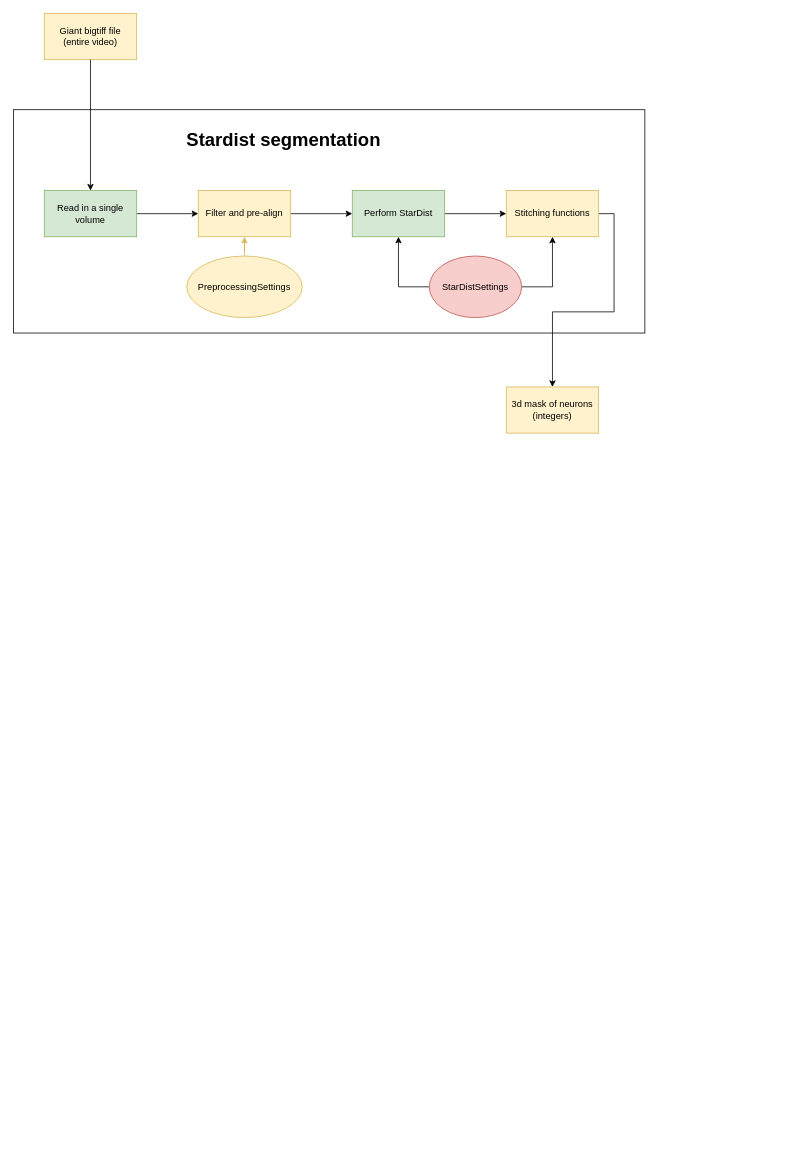
Above: page "Segmentation" (3 of 4) of docs/Lifecycle_of_data_WBFM.drawio in ch9nuk9/wbfm (draw.io), before the change. Source tidied: cells renumbered, new cells numbered last; positions are measured from the earlier drawing's top-left corner, leaving out a move shared by most shapes. Both pictures are drawn from the tidied source at 77%, with x=0, y=0 at pixel (13, 13).
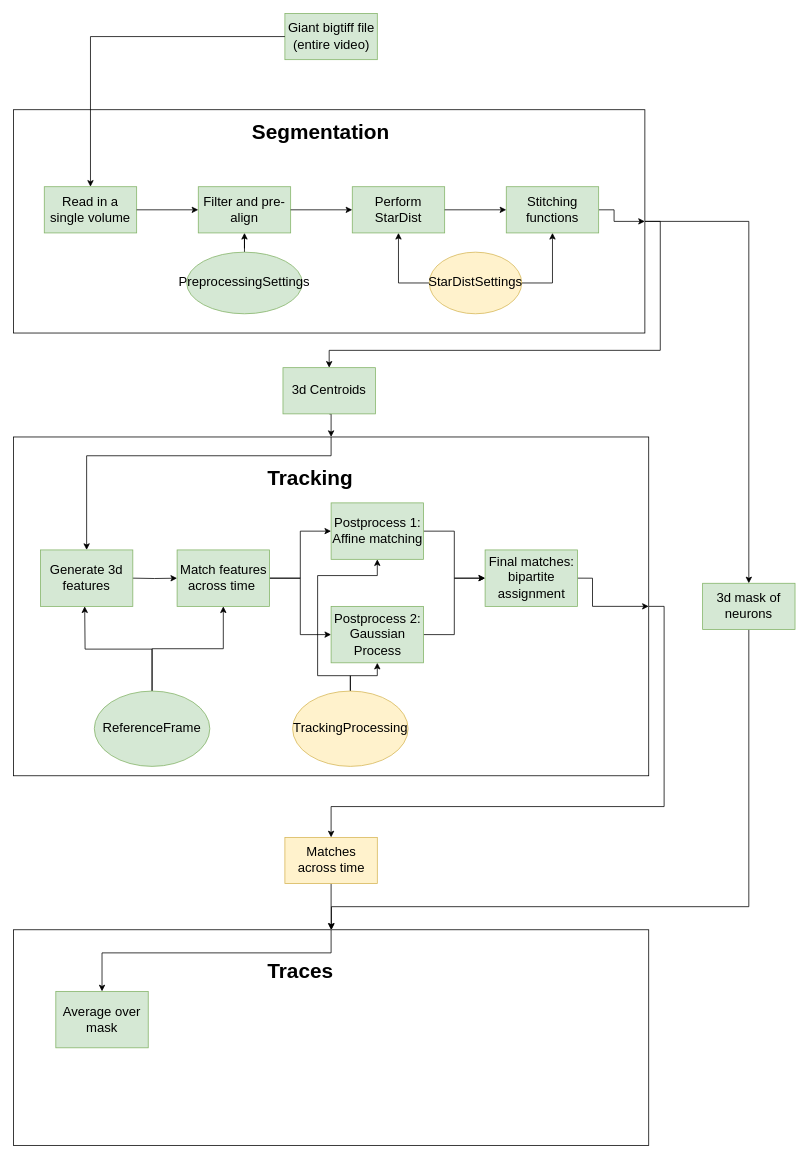
The same page after the edit.

Unchanged cells that the change refers to:
```xml
<mxCell id="2" style="rounded=0;whiteSpace=wrap;html=1;" parent="1" vertex="1">
  <mxGeometry y="125" width="820" height="290" as="geometry" />
</mxCell>
```

The edit, as a diff of the source:
```diff
@@
+    <mxCell id="20" style="edgeStyle=orthogonalEdgeStyle;rounded=0;jettySize=auto;html=1;exitX=1;exitY=0.5;exitDx=0;exitDy=0;strokeColor=#000000;fontSize=27;" parent="1" edge="1" source="2" target="19">
+      <mxGeometry relative="1" as="geometry" />
+    </mxCell>
+    <mxCell id="21" style="edgeStyle=orthogonalEdgeStyle;rounded=0;jettySize=auto;html=1;exitX=1;exitY=0.5;exitDx=0;exitDy=0;strokeColor=#000000;fontSize=27;" parent="1" edge="1" source="2" target="25">
+      <mxGeometry relative="1" as="geometry" />
+    </mxCell>
@@
-    <mxCell id="3" value="&lt;h1&gt;Stardist segmentation&lt;/h1&gt;" style="text;html=1;strokeColor=none;fillColor=none;spacing=5;spacingTop=-20;whiteSpace=wrap;overflow=hidden;rounded=0;" parent="1" vertex="1">
-      <mxGeometry x="220" y="145" width="280" height="40" as="geometry" />
+    <mxCell id="3" value="&lt;h1 style=&quot;font-size: 27px;&quot;&gt;Segmentation&lt;/h1&gt;" style="text;html=1;strokeColor=none;fillColor=none;spacing=5;spacingTop=-20;whiteSpace=wrap;overflow=hidden;rounded=0;fontSize=27;" parent="2" vertex="1">
+      <mxGeometry x="305" y="5" width="225" height="40" as="geometry" />
     </mxCell>
-    <mxCell id="4" value="Giant bigtiff file &lt;br&gt;(entire video)" style="rounded=0;whiteSpace=wrap;html=1;fillColor=#fff2cc;strokeColor=#d6b656;" parent="1" vertex="1">
-      <mxGeometry x="40" width="120" height="60" as="geometry" />
-    </mxCell>
+    <mxCell id="6" value="Read in a single volume" style="rounded=0;whiteSpace=wrap;html=1;fillColor=#d5e8d4;strokeColor=#82b366;fontSize=17;" parent="2" vertex="1">
+      <mxGeometry x="40" y="100" width="120" height="60" as="geometry" />
+    </mxCell>
+    <mxCell id="9" value="Filter and pre-align" style="whiteSpace=wrap;html=1;rounded=0;fillColor=#d5e8d4;strokeColor=#82b366;fontSize=17;" parent="2" vertex="1">
+      <mxGeometry x="240" y="100" width="120" height="60" as="geometry" />
+    </mxCell>
-    <mxCell id="5" style="edgeStyle=orthogonalEdgeStyle;rounded=0;jettySize=auto;html=1;" parent="1" edge="1" source="6" target="9">
+    <mxCell id="5" style="edgeStyle=orthogonalEdgeStyle;rounded=0;jettySize=auto;html=1;fontSize=17;" parent="2" edge="1" source="6" target="9">
       <mxGeometry relative="1" as="geometry" />
     </mxCell>
-    <mxCell id="6" value="Read in a single volume" style="rounded=0;whiteSpace=wrap;html=1;fillColor=#d5e8d4;strokeColor=#82b366;" parent="1" vertex="1">
-      <mxGeometry x="40" y="230" width="120" height="60" as="geometry" />
-    </mxCell>
-    <mxCell id="7" style="edgeStyle=orthogonalEdgeStyle;rounded=0;jettySize=auto;html=1;" parent="1" edge="1" source="4" target="6">
-      <mxGeometry relative="1" as="geometry" />
-    </mxCell>
+    <mxCell id="11" value="Perform StarDist" style="whiteSpace=wrap;html=1;rounded=0;fillColor=#d5e8d4;strokeColor=#82b366;fontSize=17;" parent="2" vertex="1">
+      <mxGeometry x="440" y="100" width="120" height="60" as="geometry" />
+    </mxCell>
-    <mxCell id="8" style="edgeStyle=orthogonalEdgeStyle;rounded=0;jettySize=auto;html=1;" parent="1" edge="1" source="9" target="11">
+    <mxCell id="8" style="edgeStyle=orthogonalEdgeStyle;rounded=0;jettySize=auto;html=1;" parent="2" edge="1" source="9" target="11">
       <mxGeometry relative="1" as="geometry" />
     </mxCell>
-    <mxCell id="9" value="Filter and pre-align" style="whiteSpace=wrap;html=1;rounded=0;fillColor=#fff2cc;strokeColor=#d6b656;" parent="1" vertex="1">
-      <mxGeometry x="240" y="230" width="120" height="60" as="geometry" />
-    </mxCell>
+    <mxCell id="22" style="edgeStyle=orthogonalEdgeStyle;rounded=0;jettySize=auto;html=1;exitX=1;exitY=0.5;exitDx=0;exitDy=0;entryX=1;entryY=0.5;entryDx=0;entryDy=0;strokeColor=#000000;fontSize=27;" parent="2" edge="1" source="13" target="2">
+      <mxGeometry relative="1" as="geometry">
+        <Array as="points">
+          <mxPoint x="780" y="130" />
+          <mxPoint x="780" y="145" />
+        </Array>
+      </mxGeometry>
+    </mxCell>
+    <mxCell id="13" value="Stitching functions" style="whiteSpace=wrap;html=1;rounded=0;fillColor=#d5e8d4;strokeColor=#82b366;fontSize=17;" parent="2" vertex="1">
+      <mxGeometry x="640" y="100" width="120" height="60" as="geometry" />
+    </mxCell>
-    <mxCell id="10" style="edgeStyle=orthogonalEdgeStyle;rounded=0;jettySize=auto;html=1;" parent="1" edge="1" source="11" target="13">
+    <mxCell id="10" style="edgeStyle=orthogonalEdgeStyle;rounded=0;jettySize=auto;html=1;" parent="2" edge="1" source="11" target="13">
       <mxGeometry relative="1" as="geometry" />
     </mxCell>
-    <mxCell id="11" value="Perform StarDist" style="whiteSpace=wrap;html=1;rounded=0;fillColor=#d5e8d4;strokeColor=#82b366;" parent="1" vertex="1">
-      <mxGeometry x="440" y="230" width="120" height="60" as="geometry" />
-    </mxCell>
-    <mxCell id="12" style="edgeStyle=orthogonalEdgeStyle;rounded=0;jettySize=auto;html=1;exitX=1;exitY=0.5;exitDx=0;exitDy=0;entryX=0.5;entryY=0;entryDx=0;entryDy=0;" parent="1" edge="1" source="13" target="19">
-      <mxGeometry relative="1" as="geometry" />
-    </mxCell>
-    <mxCell id="13" value="Stitching functions" style="whiteSpace=wrap;html=1;rounded=0;fillColor=#fff2cc;strokeColor=#d6b656;" parent="1" vertex="1">
-      <mxGeometry x="640" y="230" width="120" height="60" as="geometry" />
-    </mxCell>
-    <mxCell id="14" style="edgeStyle=orthogonalEdgeStyle;rounded=0;jettySize=auto;html=1;exitX=0.5;exitY=0;exitDx=0;exitDy=0;fillColor=#fff2cc;strokeColor=#d6b656;" parent="1" edge="1" source="15" target="9">
+    <mxCell id="14" style="edgeStyle=orthogonalEdgeStyle;rounded=0;jettySize=auto;html=1;exitX=0.5;exitY=0;exitDx=0;exitDy=0;fillColor=#fff2cc;fontSize=17;" parent="2" edge="1" source="15" target="9">
       <mxGeometry relative="1" as="geometry" />
     </mxCell>
-    <mxCell id="15" value="&lt;span&gt;PreprocessingSettings&lt;/span&gt;" style="ellipse;whiteSpace=wrap;html=1;fontFamily=Helvetica;fontSize=12;align=center;strokeColor=#d6b656;fillColor=#fff2cc;" parent="1" vertex="1">
-      <mxGeometry x="225" y="315" width="150" height="80" as="geometry" />
+    <mxCell id="15" value="&lt;span style=&quot;font-size: 17px;&quot;&gt;PreprocessingSettings&lt;/span&gt;" style="ellipse;whiteSpace=wrap;html=1;fontFamily=Helvetica;fontSize=17;align=center;strokeColor=#82b366;fillColor=#d5e8d4;" parent="2" vertex="1">
+      <mxGeometry x="225" y="185" width="150" height="80" as="geometry" />
     </mxCell>
-    <mxCell id="16" style="edgeStyle=orthogonalEdgeStyle;rounded=0;jettySize=auto;html=1;exitX=0;exitY=0.5;exitDx=0;exitDy=0;" parent="1" edge="1" source="18" target="11">
+    <mxCell id="16" style="edgeStyle=orthogonalEdgeStyle;rounded=0;jettySize=auto;html=1;exitX=0;exitY=0.5;exitDx=0;exitDy=0;" parent="2" edge="1" source="18" target="11">
       <mxGeometry relative="1" as="geometry" />
     </mxCell>
-    <mxCell id="17" style="edgeStyle=orthogonalEdgeStyle;rounded=0;jettySize=auto;html=1;exitX=1;exitY=0.5;exitDx=0;exitDy=0;entryX=0.5;entryY=1;entryDx=0;entryDy=0;" parent="1" edge="1" source="18" target="13">
+    <mxCell id="17" style="edgeStyle=orthogonalEdgeStyle;rounded=0;jettySize=auto;html=1;exitX=1;exitY=0.5;exitDx=0;exitDy=0;entryX=0.5;entryY=1;entryDx=0;entryDy=0;" parent="2" edge="1" source="18" target="13">
       <mxGeometry relative="1" as="geometry" />
     </mxCell>
-    <mxCell id="18" value="StarDistSettings" style="ellipse;whiteSpace=wrap;html=1;fillColor=#f8cecc;strokeColor=#b85450;" parent="1" vertex="1">
-      <mxGeometry x="540" y="315" width="120" height="80" as="geometry" />
+    <mxCell id="18" value="StarDistSettings" style="ellipse;whiteSpace=wrap;html=1;fillColor=#fff2cc;strokeColor=#d6b656;fontSize=17;" parent="2" vertex="1">
+      <mxGeometry x="540" y="185" width="120" height="80" as="geometry" />
     </mxCell>
+    <mxCell id="4" value="Giant bigtiff file &lt;br style=&quot;font-size: 17px;&quot;&gt;(entire video)" style="rounded=0;whiteSpace=wrap;html=1;fillColor=#d5e8d4;strokeColor=#82b366;fontSize=17;" parent="1" vertex="1">
+      <mxGeometry x="352.5" width="120" height="60" as="geometry" />
+    </mxCell>
+    <mxCell id="7" style="edgeStyle=orthogonalEdgeStyle;rounded=0;jettySize=auto;html=1;fontSize=17;" parent="1" edge="1" source="4" target="6">
+      <mxGeometry relative="1" as="geometry" />
+    </mxCell>
+    <mxCell id="23" style="edgeStyle=orthogonalEdgeStyle;rounded=0;jettySize=auto;html=1;exitX=0.5;exitY=1;exitDx=0;exitDy=0;strokeColor=#000000;fontSize=27;" parent="1" edge="1" source="19" target="49">
+      <mxGeometry relative="1" as="geometry">
+        <Array as="points">
+          <mxPoint x="955" y="1160" />
+          <mxPoint x="413" y="1160" />
+        </Array>
+      </mxGeometry>
+    </mxCell>
-    <mxCell id="19" value="3d mask of neurons (integers)" style="rounded=0;whiteSpace=wrap;html=1;fillColor=#fff2cc;strokeColor=#d6b656;" parent="1" vertex="1">
-      <mxGeometry x="640" y="485" width="120" height="60" as="geometry" />
+    <mxCell id="19" value="3d mask of neurons" style="rounded=0;whiteSpace=wrap;html=1;fillColor=#d5e8d4;strokeColor=#82b366;fontSize=17;" parent="1" vertex="1">
+      <mxGeometry x="895" y="740" width="120" height="60" as="geometry" />
     </mxCell>
+    <mxCell id="24" style="edgeStyle=orthogonalEdgeStyle;rounded=0;jettySize=auto;html=1;exitX=0.5;exitY=1;exitDx=0;exitDy=0;entryX=0.5;entryY=0;entryDx=0;entryDy=0;strokeColor=#000000;fontSize=27;" parent="1" edge="1" source="25" target="27">
+      <mxGeometry relative="1" as="geometry" />
+    </mxCell>
+    <mxCell id="25" value="3d Centroids" style="rounded=0;whiteSpace=wrap;html=1;fillColor=#d5e8d4;strokeColor=#82b366;fontSize=17;" parent="1" vertex="1">
+      <mxGeometry x="350" y="460" width="120" height="60" as="geometry" />
+    </mxCell>
+    <mxCell id="26" style="edgeStyle=orthogonalEdgeStyle;rounded=0;jettySize=auto;html=1;exitX=1;exitY=0.5;exitDx=0;exitDy=0;strokeColor=#000000;fontSize=27;" parent="1" edge="1" source="27" target="48">
+      <mxGeometry relative="1" as="geometry" />
+    </mxCell>
+    <mxCell id="27" style="rounded=0;whiteSpace=wrap;html=1;fontSize=27;" parent="1" vertex="1">
+      <mxGeometry y="550" width="825" height="440" as="geometry" />
+    </mxCell>
+    <mxCell id="28" value="&lt;h1 style=&quot;font-size: 27px&quot;&gt;Tracking&lt;/h1&gt;" style="text;html=1;strokeColor=none;fillColor=none;spacing=5;spacingTop=-20;whiteSpace=wrap;overflow=hidden;rounded=0;fontSize=27;" parent="27" vertex="1">
+      <mxGeometry x="325" y="30" width="225" height="48.9" as="geometry" />
+    </mxCell>
+    <mxCell id="29" style="edgeStyle=orthogonalEdgeStyle;rounded=0;jettySize=auto;html=1;strokeColor=#000000;fontSize=27;" parent="27" edge="1" target="33">
+      <mxGeometry relative="1" as="geometry">
+        <mxPoint x="152.5" y="183.3" as="sourcePoint" />
+      </mxGeometry>
+    </mxCell>
+    <mxCell id="30" value="Generate 3d features" style="rounded=0;whiteSpace=wrap;html=1;fillColor=#d5e8d4;strokeColor=#82b366;fontSize=17;" parent="27" vertex="1">
+      <mxGeometry x="35" y="146.7" width="120" height="73.3" as="geometry" />
+    </mxCell>
+    <mxCell id="31" style="edgeStyle=orthogonalEdgeStyle;rounded=0;jettySize=auto;html=1;strokeColor=#000000;fontSize=27;" parent="27" edge="1" source="33" target="39">
+      <mxGeometry relative="1" as="geometry" />
+    </mxCell>
+    <mxCell id="32" style="edgeStyle=orthogonalEdgeStyle;rounded=0;jettySize=auto;html=1;exitX=1;exitY=0.5;exitDx=0;exitDy=0;entryX=0;entryY=0.5;entryDx=0;entryDy=0;strokeColor=#000000;fontSize=27;" parent="27" edge="1" source="33" target="41">
+      <mxGeometry relative="1" as="geometry" />
+    </mxCell>
+    <mxCell id="33" value="Match features across time&amp;nbsp;" style="rounded=0;whiteSpace=wrap;html=1;fillColor=#d5e8d4;strokeColor=#82b366;fontSize=17;" parent="27" vertex="1">
+      <mxGeometry x="212.5" y="146.7" width="120" height="73.3" as="geometry" />
+    </mxCell>
+    <mxCell id="34" style="edgeStyle=orthogonalEdgeStyle;rounded=0;jettySize=auto;html=1;exitX=0.5;exitY=0;exitDx=0;exitDy=0;strokeColor=#000000;fontSize=27;" parent="27" edge="1" source="27" target="30">
+      <mxGeometry relative="1" as="geometry">
+        <Array as="points">
+          <mxPoint x="413" y="24.4" />
+          <mxPoint x="95" y="24.4" />
+        </Array>
+      </mxGeometry>
+    </mxCell>
+    <mxCell id="35" style="edgeStyle=orthogonalEdgeStyle;rounded=0;jettySize=auto;html=1;exitX=0.5;exitY=0;exitDx=0;exitDy=0;entryX=0.5;entryY=1;entryDx=0;entryDy=0;strokeColor=#000000;fontSize=27;" parent="27" edge="1" source="37">
+      <mxGeometry relative="1" as="geometry">
+        <mxPoint x="92.5" y="220" as="targetPoint" />
+      </mxGeometry>
+    </mxCell>
+    <mxCell id="36" style="edgeStyle=orthogonalEdgeStyle;rounded=0;jettySize=auto;html=1;exitX=0.5;exitY=0;exitDx=0;exitDy=0;strokeColor=#000000;fontSize=27;" parent="27" edge="1" source="37" target="33">
+      <mxGeometry relative="1" as="geometry" />
+    </mxCell>
+    <mxCell id="37" value="&lt;span style=&quot;font-size: 17px&quot;&gt;ReferenceFrame&lt;/span&gt;" style="ellipse;whiteSpace=wrap;html=1;fontFamily=Helvetica;fontSize=17;align=center;strokeColor=#82b366;fillColor=#d5e8d4;" parent="27" vertex="1">
+      <mxGeometry x="105" y="330" width="150" height="97.8" as="geometry" />
+    </mxCell>
+    <mxCell id="38" style="edgeStyle=orthogonalEdgeStyle;rounded=0;jettySize=auto;html=1;strokeColor=#000000;fontSize=27;" parent="27" edge="1" source="39" target="43">
+      <mxGeometry relative="1" as="geometry" />
+    </mxCell>
+    <mxCell id="39" value="Postprocess 1: Affine matching" style="rounded=0;whiteSpace=wrap;html=1;fillColor=#d5e8d4;strokeColor=#82b366;fontSize=17;" parent="27" vertex="1">
+      <mxGeometry x="412.5" y="85.6" width="120" height="73.3" as="geometry" />
+    </mxCell>
+    <mxCell id="40" style="edgeStyle=orthogonalEdgeStyle;rounded=0;jettySize=auto;html=1;exitX=1;exitY=0.5;exitDx=0;exitDy=0;entryX=0;entryY=0.5;entryDx=0;entryDy=0;strokeColor=#000000;fontSize=27;" parent="27" edge="1" source="41" target="43">
+      <mxGeometry relative="1" as="geometry" />
+    </mxCell>
+    <mxCell id="41" value="Postprocess 2:&lt;br&gt;Gaussian Process" style="rounded=0;whiteSpace=wrap;html=1;fillColor=#d5e8d4;strokeColor=#82b366;fontSize=17;" parent="27" vertex="1">
+      <mxGeometry x="412.5" y="220" width="120" height="73.3" as="geometry" />
+    </mxCell>
+    <mxCell id="42" style="edgeStyle=orthogonalEdgeStyle;rounded=0;jettySize=auto;html=1;exitX=1;exitY=0.5;exitDx=0;exitDy=0;entryX=1;entryY=0.5;entryDx=0;entryDy=0;strokeColor=#000000;fontSize=27;" parent="27" edge="1" source="43" target="27">
+      <mxGeometry relative="1" as="geometry">
+        <Array as="points">
+          <mxPoint x="752" y="183" />
+          <mxPoint x="752" y="220" />
+        </Array>
+      </mxGeometry>
+    </mxCell>
+    <mxCell id="43" value="Final matches:&lt;br&gt;bipartite assignment" style="rounded=0;whiteSpace=wrap;html=1;fillColor=#d5e8d4;strokeColor=#82b366;fontSize=17;" parent="27" vertex="1">
+      <mxGeometry x="612.5" y="146.7" width="120" height="73.3" as="geometry" />
+    </mxCell>
+    <mxCell id="44" style="edgeStyle=orthogonalEdgeStyle;rounded=0;jettySize=auto;html=1;exitX=0.5;exitY=0;exitDx=0;exitDy=0;entryX=0.5;entryY=1;entryDx=0;entryDy=0;strokeColor=#000000;fontSize=27;" parent="27" edge="1" source="46" target="41">
+      <mxGeometry relative="1" as="geometry" />
+    </mxCell>
+    <mxCell id="45" style="edgeStyle=orthogonalEdgeStyle;rounded=0;jettySize=auto;html=1;exitX=0.5;exitY=0;exitDx=0;exitDy=0;entryX=0.5;entryY=1;entryDx=0;entryDy=0;strokeColor=#000000;fontSize=27;" parent="27" edge="1" source="46" target="39">
+      <mxGeometry relative="1" as="geometry">
+        <Array as="points">
+          <mxPoint x="438" y="310" />
+          <mxPoint x="395" y="310" />
+          <mxPoint x="395" y="180" />
+          <mxPoint x="473" y="180" />
+        </Array>
+      </mxGeometry>
+    </mxCell>
+    <mxCell id="46" value="&lt;span style=&quot;font-size: 17px&quot;&gt;TrackingProcessing&lt;/span&gt;" style="ellipse;whiteSpace=wrap;html=1;fontFamily=Helvetica;fontSize=17;align=center;strokeColor=#d6b656;fillColor=#fff2cc;" parent="27" vertex="1">
+      <mxGeometry x="362.5" y="330" width="150" height="97.8" as="geometry" />
+    </mxCell>
+    <mxCell id="47" style="edgeStyle=orthogonalEdgeStyle;rounded=0;jettySize=auto;html=1;exitX=0.5;exitY=1;exitDx=0;exitDy=0;entryX=0.5;entryY=0;entryDx=0;entryDy=0;strokeColor=#000000;fontSize=27;" parent="1" edge="1" source="48" target="49">
+      <mxGeometry relative="1" as="geometry" />
+    </mxCell>
+    <mxCell id="48" value="Matches across time" style="rounded=0;whiteSpace=wrap;html=1;fillColor=#fff2cc;strokeColor=#d6b656;fontSize=17;" parent="1" vertex="1">
+      <mxGeometry x="352.5" y="1070" width="120" height="60" as="geometry" />
+    </mxCell>
+    <mxCell id="49" style="rounded=0;whiteSpace=wrap;html=1;fontSize=27;" parent="1" vertex="1">
+      <mxGeometry y="1190" width="825" height="280" as="geometry" />
+    </mxCell>
+    <mxCell id="50" value="&lt;h1 style=&quot;font-size: 27px&quot;&gt;Traces&lt;/h1&gt;" style="text;html=1;strokeColor=none;fillColor=none;spacing=5;spacingTop=-20;whiteSpace=wrap;overflow=hidden;rounded=0;fontSize=27;" parent="49" vertex="1">
+      <mxGeometry x="325" y="30" width="225" height="60" as="geometry" />
+    </mxCell>
+    <mxCell id="51" value="Average over mask" style="rounded=0;whiteSpace=wrap;html=1;fillColor=#d5e8d4;strokeColor=#82b366;fontSize=17;" parent="49" vertex="1">
+      <mxGeometry x="55" y="80" width="120" height="73.3" as="geometry" />
+    </mxCell>
+    <mxCell id="52" style="edgeStyle=orthogonalEdgeStyle;rounded=0;jettySize=auto;html=1;exitX=0.5;exitY=0;exitDx=0;exitDy=0;entryX=0.5;entryY=0;entryDx=0;entryDy=0;strokeColor=#000000;fontSize=27;" parent="49" edge="1" source="49" target="51">
+      <mxGeometry relative="1" as="geometry">
+        <Array as="points">
+          <mxPoint x="413" y="30" />
+          <mxPoint x="115" y="30" />
+        </Array>
+      </mxGeometry>
+    </mxCell>
```
